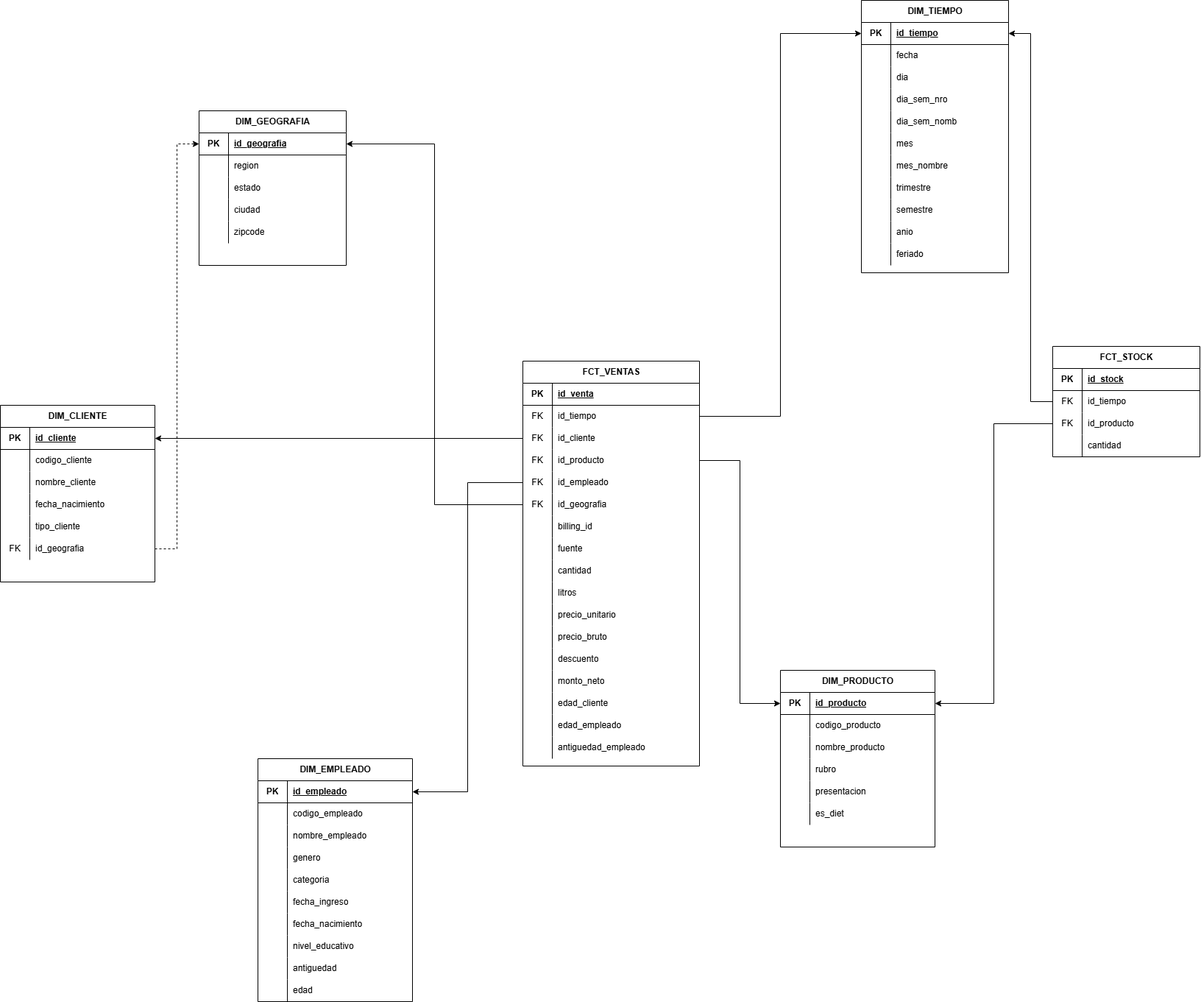
Before: TP/TP_BD2.drawio.png, a diagram exported from draw.io (Ftedp/BBDD2-TUIA). Source tidied: cells renumbered, new cells last; positions are measured from the earlier drawing's top-left corner, leaving out a move shared by most shapes.
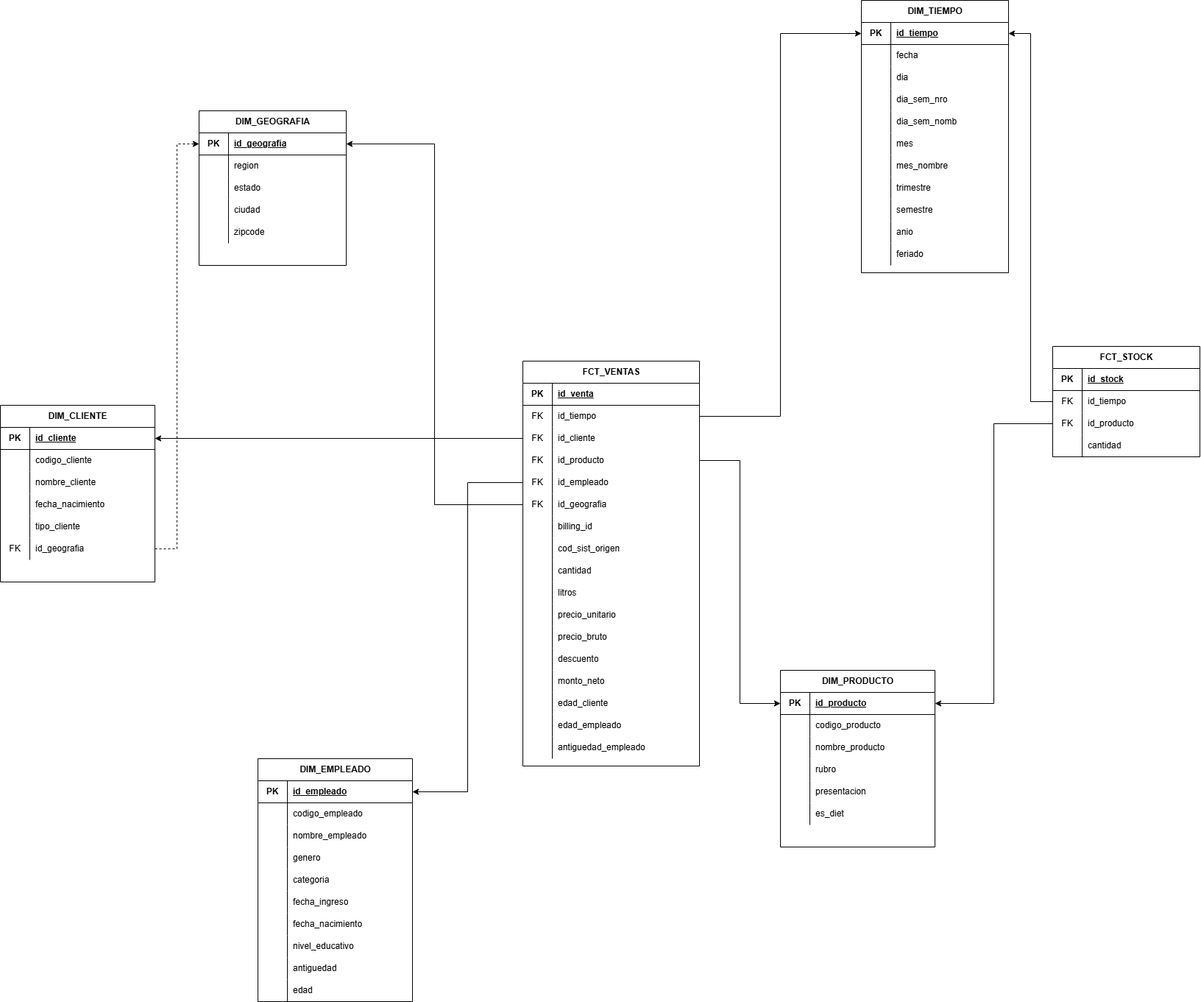
The same file after the commit.

What changed in the source:
```diff
@@ -431,7 +431,7 @@
     <mxCell id="144" style="shape=partialRectangle;fillColor=none;top=0;left=0;bottom=0;right=0;overflow=hidden;whiteSpace=wrap;html=1;" parent="143" vertex="1">
       <mxGeometry width="40" height="30" as="geometry" />
     </mxCell>
-    <mxCell id="145" value="fuente" style="shape=partialRectangle;fillColor=none;top=0;left=0;bottom=0;right=0;align=left;spacingLeft=6;overflow=hidden;whiteSpace=wrap;html=1;" parent="143" vertex="1">
+    <mxCell id="145" value="cod_sist_origen" style="shape=partialRectangle;fillColor=none;top=0;left=0;bottom=0;right=0;align=left;spacingLeft=6;overflow=hidden;whiteSpace=wrap;html=1;" parent="143" vertex="1">
       <mxGeometry x="40" width="200" height="30" as="geometry" />
     </mxCell>
     <mxCell id="146" style="shape=tableRow;horizontal=0;startSize=0;swimlaneHead=0;swimlaneBody=0;fillColor=none;top=0;left=0;right=0;bottom=0;" parent="121" vertex="1">
```
